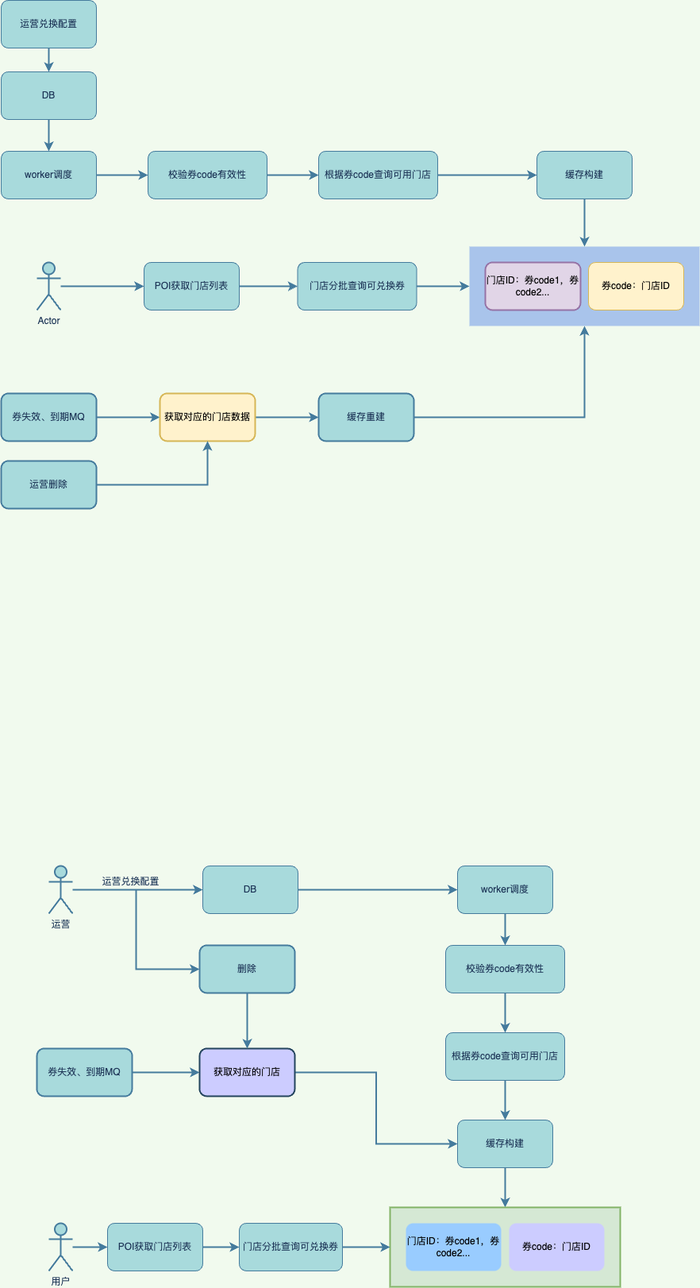
Earlier version of the draw.io export 优惠券兑换缓存存储.png (845642761/diagram). Source tidied: cells renumbered, new cells last; positions are measured from the earlier drawing's top-left corner, leaving out a move shared by most shapes.
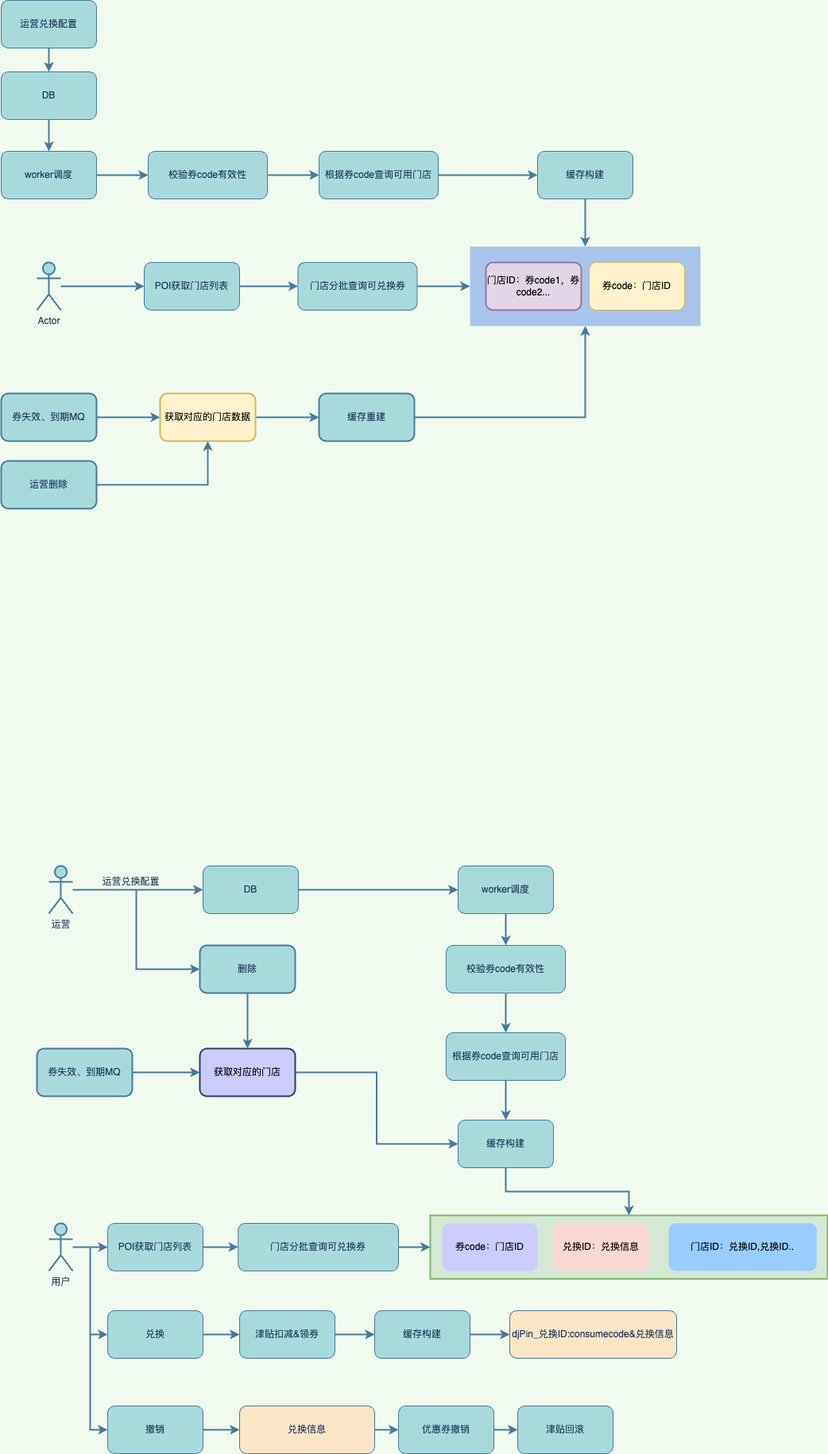
Later version of the same file.

Commit message:
更新优惠券兑换缓存存储.png

The edit, as a diff of the source:
```diff
@@ -2,6 +2,9 @@
   <root>
     <mxCell id="0" />
     <mxCell id="1" parent="0" />
+    <mxCell id="53" style="rounded=0;whiteSpace=wrap;html=1;fillStyle=auto;strokeColor=#82b366;strokeWidth=2;fillColor=#d5e8d4;" parent="1" vertex="1">
+      <mxGeometry x="540" y="1530" width="500" height="80" as="geometry" />
+    </mxCell>
     <mxCell id="2" style="edgeStyle=orthogonalEdgeStyle;rounded=0;jettySize=auto;html=1;strokeColor=#457B9D;fontColor=#1D3557;fillColor=#A8DADC;strokeWidth=2;labelBackgroundColor=#F1FAEE;" parent="1" edge="1" source="3" target="5">
       <mxGeometry relative="1" as="geometry" />
     </mxCell>
@@ -119,6 +122,12 @@
     <mxCell id="40" style="edgeStyle=orthogonalEdgeStyle;rounded=0;jettySize=auto;html=1;entryX=0;entryY=0.5;entryDx=0;entryDy=0;strokeColor=#457B9D;strokeWidth=2;fontColor=#1D3557;fillColor=#A8DADC;" parent="1" edge="1" source="41" target="43">
       <mxGeometry relative="1" as="geometry" />
     </mxCell>
+    <mxCell id="62" style="edgeStyle=orthogonalEdgeStyle;rounded=0;jettySize=auto;html=1;entryX=0;entryY=0.5;entryDx=0;entryDy=0;strokeColor=#457B9D;strokeWidth=2;fontColor=#1D3557;fillColor=#A8DADC;" parent="1" edge="1" source="41" target="65">
+      <mxGeometry relative="1" as="geometry" />
+    </mxCell>
+    <mxCell id="63" style="edgeStyle=orthogonalEdgeStyle;rounded=0;jettySize=auto;html=1;entryX=0;entryY=0.5;entryDx=0;entryDy=0;strokeColor=#457B9D;strokeWidth=2;fontColor=#1D3557;fillColor=#A8DADC;" parent="1" edge="1" source="41" target="72">
+      <mxGeometry relative="1" as="geometry" />
+    </mxCell>
     <mxCell id="41" value="用户" style="shape=umlActor;verticalLabelPosition=bottom;verticalAlign=top;html=1;outlineConnect=0;strokeColor=#457B9D;fontColor=#1D3557;fillColor=#A8DADC;strokeWidth=2;" parent="1" vertex="1">
       <mxGeometry x="60" y="1540" width="30" height="60" as="geometry" />
     </mxCell>
@@ -152,37 +161,76 @@
     <mxCell id="51" value="删除" style="rounded=1;whiteSpace=wrap;html=1;strokeColor=#457B9D;strokeWidth=2;fontColor=#1D3557;fillColor=#A8DADC;" parent="1" vertex="1">
       <mxGeometry x="250" y="1190" width="120" height="60" as="geometry" />
     </mxCell>
-    <mxCell id="52" style="group;" parent="1" vertex="1">
-      <mxGeometry x="380" y="1520" width="290" height="100" as="geometry" />
-    </mxCell>
-    <mxCell id="53" style="rounded=0;whiteSpace=wrap;html=1;fillStyle=auto;strokeColor=#82b366;strokeWidth=2;fillColor=#d5e8d4;" parent="52" vertex="1">
-      <mxGeometry x="110" width="290" height="100" as="geometry" />
-    </mxCell>
+    <mxCell id="58" style="edgeStyle=orthogonalEdgeStyle;rounded=0;jettySize=auto;html=1;entryX=0;entryY=0.5;entryDx=0;entryDy=0;strokeColor=#457B9D;strokeWidth=2;fontColor=#1D3557;fillColor=#A8DADC;" parent="1" edge="1" source="61" target="33">
+      <mxGeometry relative="1" as="geometry" />
+    </mxCell>
+    <mxCell id="59" value="&lt;span style=&quot;font-size: 12px;&quot;&gt;运营兑换配置&lt;/span&gt;" style="edgeLabel;html=1;align=center;verticalAlign=middle;fontColor=#1D3557;labelBackgroundColor=none;" parent="58" vertex="1">
+      <mxGeometry x="-0.12" y="4" relative="1" as="geometry">
+        <mxPoint y="-7" as="offset" />
+      </mxGeometry>
+    </mxCell>
+    <mxCell id="60" style="edgeStyle=orthogonalEdgeStyle;rounded=0;jettySize=auto;html=1;entryX=0;entryY=0.5;entryDx=0;entryDy=0;strokeColor=#457B9D;strokeWidth=2;fontColor=#1D3557;fillColor=#A8DADC;" parent="1" edge="1" source="61" target="51">
+      <mxGeometry relative="1" as="geometry" />
+    </mxCell>
+    <mxCell id="61" value="运营" style="shape=umlActor;verticalLabelPosition=bottom;verticalAlign=top;html=1;outlineConnect=0;strokeColor=#457B9D;fontColor=#1D3557;fillColor=#A8DADC;strokeWidth=2;" parent="1" vertex="1">
+      <mxGeometry x="60" y="1090" width="30" height="60" as="geometry" />
+    </mxCell>
+    <mxCell id="64" style="edgeStyle=orthogonalEdgeStyle;rounded=0;jettySize=auto;html=1;strokeColor=#457B9D;strokeWidth=2;fontColor=#1D3557;fillColor=#A8DADC;" parent="1" edge="1" source="65" target="67">
+      <mxGeometry relative="1" as="geometry" />
+    </mxCell>
+    <mxCell id="65" value="兑换" style="rounded=1;whiteSpace=wrap;html=1;strokeColor=#457B9D;fontColor=#1D3557;fillColor=#A8DADC;" parent="1" vertex="1">
+      <mxGeometry x="134" y="1650" width="120" height="60" as="geometry" />
+    </mxCell>
+    <mxCell id="66" style="edgeStyle=orthogonalEdgeStyle;rounded=0;jettySize=auto;html=1;strokeColor=#457B9D;strokeWidth=2;fontColor=#1D3557;fillColor=#A8DADC;" parent="1" edge="1" source="67" target="69">
+      <mxGeometry relative="1" as="geometry" />
+    </mxCell>
+    <mxCell id="67" value="津贴扣减&amp;amp;领券" style="whiteSpace=wrap;html=1;fillColor=#A8DADC;strokeColor=#457B9D;fontColor=#1D3557;rounded=1;" parent="1" vertex="1">
+      <mxGeometry x="300" y="1650" width="120" height="60" as="geometry" />
+    </mxCell>
+    <mxCell id="68" style="edgeStyle=orthogonalEdgeStyle;rounded=0;jettySize=auto;html=1;strokeColor=#457B9D;strokeWidth=2;fontColor=#1D3557;fillColor=#A8DADC;" parent="1" edge="1" source="69" target="70">
+      <mxGeometry relative="1" as="geometry" />
+    </mxCell>
+    <mxCell id="69" value="缓存构建" style="whiteSpace=wrap;html=1;fillColor=#A8DADC;strokeColor=#457B9D;fontColor=#1D3557;rounded=1;" parent="1" vertex="1">
+      <mxGeometry x="470" y="1650" width="120" height="60" as="geometry" />
+    </mxCell>
+    <mxCell id="70" value="djPin_兑换ID:consumecode&amp;amp;兑换信息" style="whiteSpace=wrap;html=1;fillColor=#FAE5C7;strokeColor=#457B9D;fontColor=#1D3557;rounded=1;" parent="1" vertex="1">
+      <mxGeometry x="640" y="1650" width="210" height="60" as="geometry" />
+    </mxCell>
+    <mxCell id="71" style="edgeStyle=orthogonalEdgeStyle;rounded=0;jettySize=auto;html=1;entryX=0;entryY=0.5;entryDx=0;entryDy=0;strokeColor=#457B9D;strokeWidth=2;fontColor=#1D3557;fillColor=#A8DADC;" parent="1" edge="1" source="72" target="74">
+      <mxGeometry relative="1" as="geometry" />
+    </mxCell>
+    <mxCell id="72" value="撤销" style="rounded=1;whiteSpace=wrap;html=1;strokeColor=#457B9D;fontColor=#1D3557;fillColor=#A8DADC;" parent="1" vertex="1">
+      <mxGeometry x="134" y="1770" width="120" height="60" as="geometry" />
+    </mxCell>
+    <mxCell id="73" style="edgeStyle=orthogonalEdgeStyle;rounded=0;jettySize=auto;html=1;strokeColor=#457B9D;strokeWidth=2;fontColor=#1D3557;fillColor=#A8DADC;" parent="1" edge="1" source="74" target="76">
+      <mxGeometry relative="1" as="geometry" />
+    </mxCell>
+    <mxCell id="74" value="兑换信息" style="whiteSpace=wrap;html=1;fillColor=#FAE5C7;strokeColor=#457B9D;fontColor=#1D3557;rounded=1;" parent="1" vertex="1">
+      <mxGeometry x="300" y="1770" width="170" height="60" as="geometry" />
+    </mxCell>
+    <mxCell id="75" style="edgeStyle=orthogonalEdgeStyle;rounded=0;jettySize=auto;html=1;strokeColor=#457B9D;strokeWidth=2;fontColor=#1D3557;fillColor=#A8DADC;" parent="1" edge="1" source="76" target="78">
+      <mxGeometry relative="1" as="geometry" />
+    </mxCell>
+    <mxCell id="76" value="优惠券撤销" style="whiteSpace=wrap;html=1;fillColor=#A8DADC;strokeColor=#457B9D;fontColor=#1D3557;rounded=1;" parent="1" vertex="1">
+      <mxGeometry x="500" y="1770" width="120" height="60" as="geometry" />
+    </mxCell>
+    <mxCell id="77" value="兑换ID：兑换信息" style="rounded=1;whiteSpace=wrap;html=1;fillStyle=auto;strokeColor=none;strokeWidth=2;fillColor=#fad9d5;" parent="1" vertex="1">
+      <mxGeometry x="695" y="1540" width="120" height="60" as="geometry" />
+    </mxCell>
-    <mxCell id="54" value="券code：门店ID" style="whiteSpace=wrap;html=1;fillColor=#CCCCFF;strokeColor=none;rounded=1;" parent="52" vertex="1">
-      <mxGeometry x="260" y="20" width="120" height="60" as="geometry" />
+    <mxCell id="54" value="券code：门店ID" style="whiteSpace=wrap;html=1;fillColor=#CCCCFF;strokeColor=none;rounded=1;" parent="1" vertex="1">
+      <mxGeometry x="555" y="1540" width="120" height="60" as="geometry" />
     </mxCell>
-    <mxCell id="55" value="门店ID：券code1，券code2..." style="rounded=1;whiteSpace=wrap;html=1;fillStyle=auto;strokeColor=none;strokeWidth=2;fillColor=#99CCFF;" parent="52" vertex="1">
-      <mxGeometry x="130" y="20" width="120" height="60" as="geometry" />
+    <mxCell id="55" value="门店ID：兑换ID,兑换ID.." style="rounded=1;whiteSpace=wrap;html=1;fillStyle=auto;strokeColor=none;strokeWidth=2;fillColor=#99CCFF;" parent="1" vertex="1">
+      <mxGeometry x="840" y="1540" width="186.2" height="60" as="geometry" />
     </mxCell>
-    <mxCell id="56" style="edgeStyle=orthogonalEdgeStyle;rounded=0;jettySize=auto;html=1;entryX=0;entryY=0.5;entryDx=0;entryDy=0;strokeColor=#457B9D;strokeWidth=2;fontColor=#1D3557;fillColor=#A8DADC;" parent="52" edge="1" source="57" target="53">
+    <mxCell id="56" style="edgeStyle=orthogonalEdgeStyle;rounded=0;jettySize=auto;html=1;entryX=0;entryY=0.5;entryDx=0;entryDy=0;strokeColor=#457B9D;strokeWidth=2;fontColor=#1D3557;fillColor=#A8DADC;" parent="1" edge="1" source="57" target="53">
       <mxGeometry relative="1" as="geometry" />
     </mxCell>
-    <mxCell id="57" value="门店分批查询可兑换券" style="whiteSpace=wrap;html=1;fillColor=#A8DADC;strokeColor=#457B9D;fontColor=#1D3557;rounded=1;" parent="52" vertex="1">
-      <mxGeometry x="-80" y="20" width="130" height="60" as="geometry" />
+    <mxCell id="57" value="门店分批查询可兑换券" style="whiteSpace=wrap;html=1;fillColor=#A8DADC;strokeColor=#457B9D;fontColor=#1D3557;rounded=1;" parent="1" vertex="1">
+      <mxGeometry x="298.3" y="1540" width="201.7" height="60" as="geometry" />
     </mxCell>
-    <mxCell id="58" style="edgeStyle=orthogonalEdgeStyle;rounded=0;jettySize=auto;html=1;entryX=0;entryY=0.5;entryDx=0;entryDy=0;strokeColor=#457B9D;strokeWidth=2;fontColor=#1D3557;fillColor=#A8DADC;" parent="1" edge="1" source="61" target="33">
-      <mxGeometry relative="1" as="geometry" />
-    </mxCell>
-    <mxCell id="59" value="&lt;span style=&quot;font-size: 12px;&quot;&gt;运营兑换配置&lt;/span&gt;" style="edgeLabel;html=1;align=center;verticalAlign=middle;fontColor=#1D3557;labelBackgroundColor=none;" parent="58" vertex="1">
-      <mxGeometry x="-0.12" y="4" relative="1" as="geometry">
-        <mxPoint y="-7" as="offset" />
-      </mxGeometry>
-    </mxCell>
-    <mxCell id="60" style="edgeStyle=orthogonalEdgeStyle;rounded=0;jettySize=auto;html=1;entryX=0;entryY=0.5;entryDx=0;entryDy=0;strokeColor=#457B9D;strokeWidth=2;fontColor=#1D3557;fillColor=#A8DADC;" parent="1" edge="1" source="61" target="51">
-      <mxGeometry relative="1" as="geometry" />
-    </mxCell>
-    <mxCell id="61" value="运营" style="shape=umlActor;verticalLabelPosition=bottom;verticalAlign=top;html=1;outlineConnect=0;strokeColor=#457B9D;fontColor=#1D3557;fillColor=#A8DADC;strokeWidth=2;" parent="1" vertex="1">
-      <mxGeometry x="60" y="1090" width="30" height="60" as="geometry" />
-    </mxCell>
+    <mxCell id="78" value="津贴回滚" style="whiteSpace=wrap;html=1;fillColor=#A8DADC;strokeColor=#457B9D;fontColor=#1D3557;rounded=1;" parent="1" vertex="1">
+      <mxGeometry x="650" y="1770" width="120" height="60" as="geometry" />
+    </mxCell>
   </root>
 </mxGraphModel>
```
